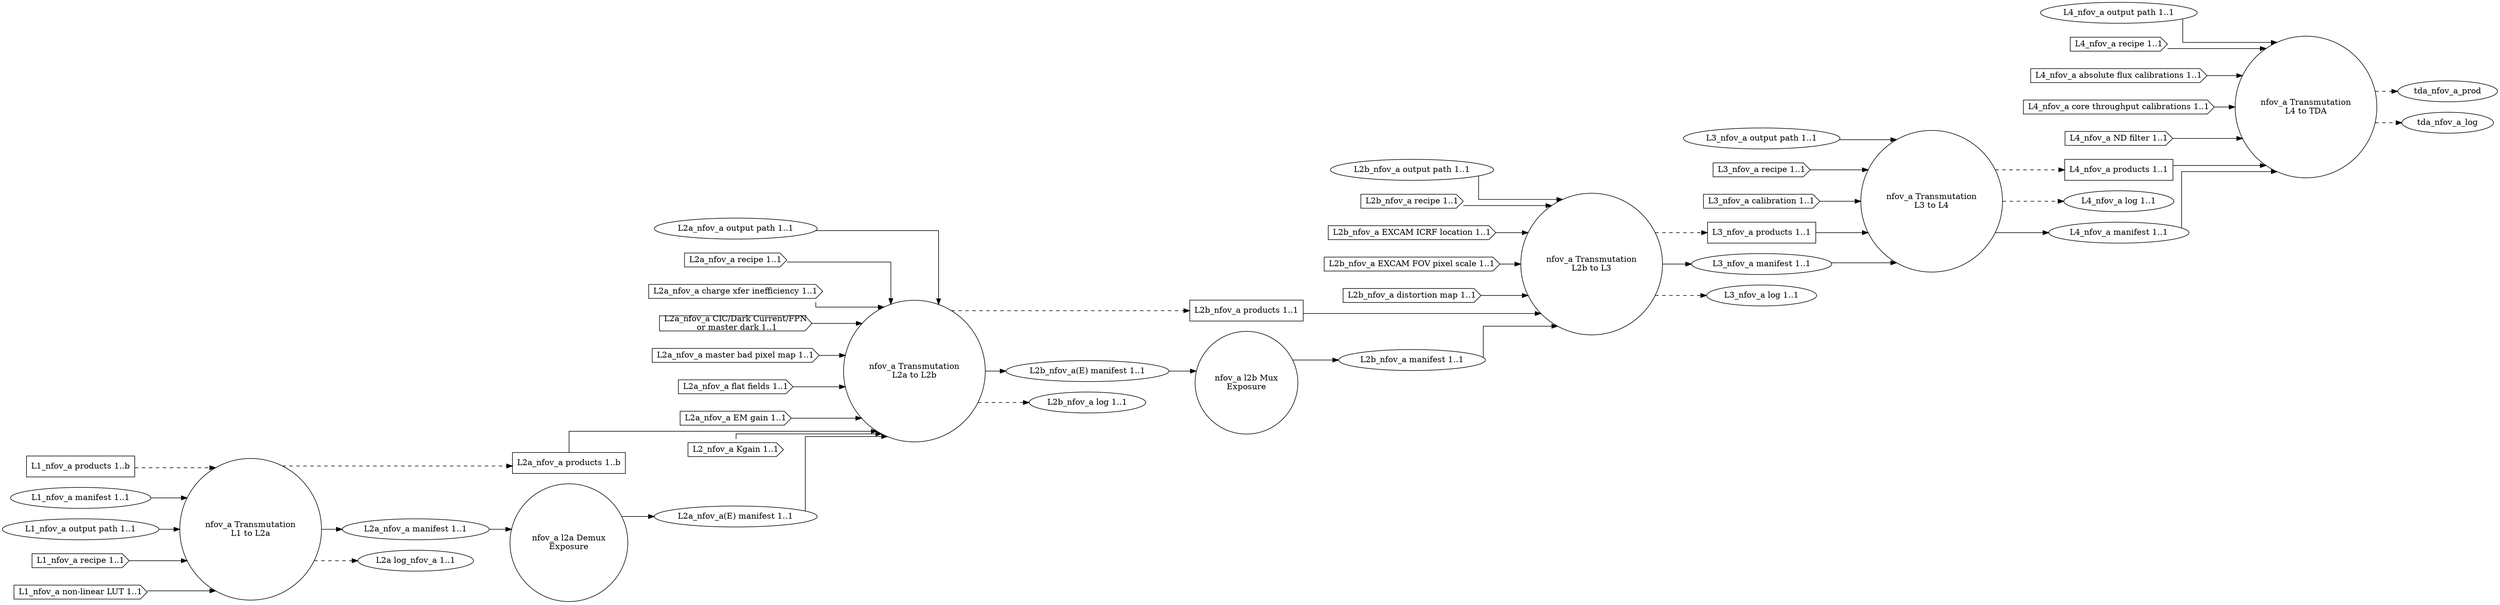
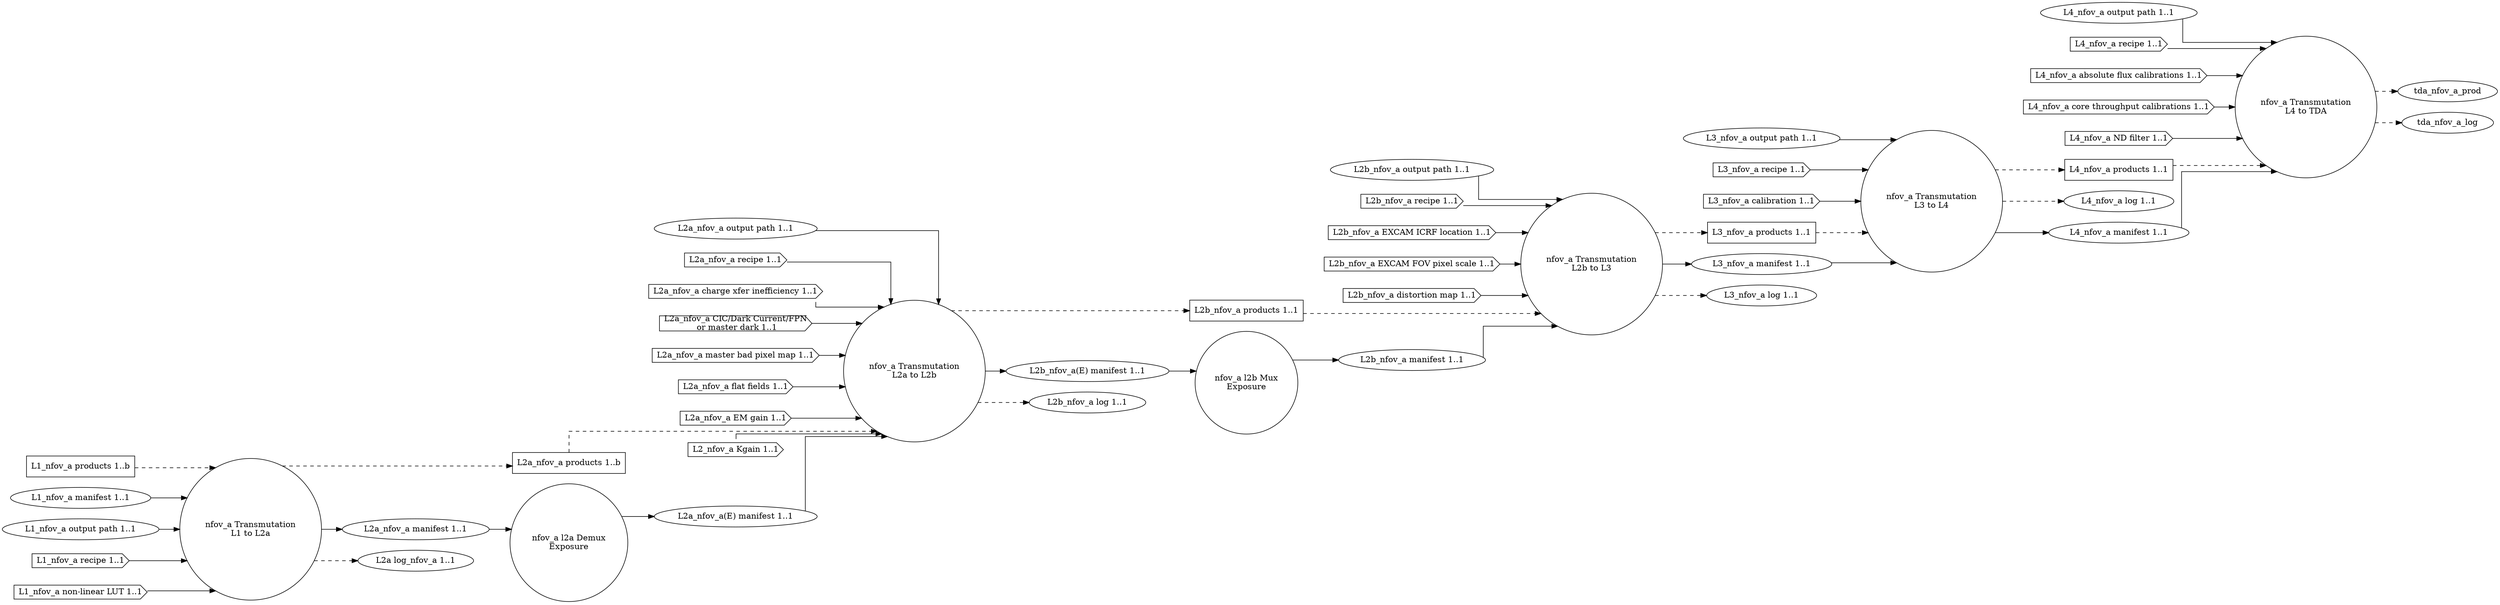
digraph NarrowFieldOfViewAnalog
{
  graph [splines="ortho", rankdir=LR];

  trans_nfov_a_l1_l2a [label="nfov_a Transmutation\nL1 to L2a", shape="circle"];
  l2a_nfov_a_demux [label="nfov_a l2a Demux\nExposure" shape="circle"];
  trans_nfov_a_l2a_l2b [label="nfov_a Transmutation\nL2a to L2b", shape="circle"];
  l2b_nfov_a_mux [label="nfov_a l2b Mux\nExposure", shape="circle"];
  trans_nfov_a_l2b_l3 [label="nfov_a Transmutation\nL2b to L3", shape="circle"];
  trans_nfov_a_l3_l4 [label="nfov_a Transmutation\nL3 to L4", shape="circle"];
  trans_nfov_a_l4_tda [label="nfov_a Transmutation\nL4 to TDA", shape="circle"];

  l1_nfov_a_prod [label="L1_nfov_a products 1..b", shape="rectangle"];
  l1_nfov_a_man [label="L1_nfov_a manifest 1..1", shape="ellipse"];
  l1_nfov_a_odir [label="L1_nfov_a output path 1..1", shape="ellipse"];
  l1_nfov_a_rec [label="L1_nfov_a recipe 1..1", shape="cds"];
  l1_nfov_a_nllut [label="L1_nfov_a non-linear LUT 1..1", shape="cds"];

  l2a_nfov_a_prod [label="L2a_nfov_a products 1..b", shape="rectangle"];
  l2a_nfov_a_man [label="L2a_nfov_a manifest 1..1", shape="ellipse"];
  l2a_nfov_a_odir [label="L2a_nfov_a output path 1..1", shape="ellipse"];
  l2a_nfov_a_rec [label="L2a_nfov_a recipe 1..1", shape="cds"];
  l2a_nfov_a_cti [label="L2a_nfov_a charge xfer inefficiency 1..1", shape="cds"];
  l2a_nfov_a_dnb [label="L2a_nfov_a CIC/Dark Current/FPN\n or master dark 1..1", shape="cds"];
  l2a_nfov_a_mbpm [label="L2a_nfov_a master bad pixel map 1..1", shape="cds"];
  l2a_nfov_a_ff [label="L2a_nfov_a flat fields 1..1", shape="cds"];
  l2a_nfov_a_emg [label="L2a_nfov_a EM gain 1..1", shape="cds"];
  l2a_nfov_a_kgain [label="L2_nfov_a Kgain 1..1", shape="cds"];
  l2a_nfov_a_log [label="L2a log_nfov_a 1..1", shape="ellipse"];
  l2a_nfov_a_man_demux [label="L2a_nfov_a(E) manifest 1..1", shape="ellipse"];

  l2b_nfov_a_prod [label="L2b_nfov_a products 1..1", shape="rectangle"];
  l2b_nfov_a_man [label="L2b_nfov_a manifest 1..1", shape="ellipse"];
  l2b_nfov_a_odir [label="L2b_nfov_a output path 1..1", shape="ellipse"];
  l2b_nfov_a_rec [label="L2b_nfov_a recipe 1..1", shape="cds"];
  l2b_nfov_a_excicrf [label="L2b_nfov_a EXCAM ICRF location 1..1", shape="cds"];
  l2b_nfov_a_excfovps [label="L2b_nfov_a EXCAM FOV pixel scale 1..1", shape="cds"];
  l2b_nfov_a_distm [label="L2b_nfov_a distortion map 1..1", shape="cds"];
  l2b_nfov_a_man_demux [label="L2b_nfov_a(E) manifest 1..1", shape="ellipse"];
  l2b_nfov_a_log [label="L2b_nfov_a log 1..1", shape="ellipse"];

  l3_nfov_a_prod [label="L3_nfov_a products 1..1", shape="rectangle"];
  l3_nfov_a_odir [label="L3_nfov_a output path 1..1", shape="ellipse"];
  l3_nfov_a_man [label="L3_nfov_a manifest 1..1", shape="ellipse"];
  l3_nfov_a_rec [label="L3_nfov_a recipe 1..1", shape="cds"];
  l3_nfov_a_cal [label="L3_nfov_a calibration 1..1", shape="cds"];
  l3_nfov_a_log [label="L3_nfov_a log 1..1", shape="ellipse"];

  l4_nfov_a_prod [label="L4_nfov_a products 1..1", shape="rectangle"];
  l4_nfov_a_odir [label="L4_nfov_a output path 1..1", shape="ellipse"];
  l4_nfov_a_log [label="L4_nfov_a log 1..1", shape="ellipse"];
  l4_nfov_a_man [label="L4_nfov_a manifest 1..1", shape="ellipse"];
  l4_nfov_a_rec [label="L4_nfov_a recipe 1..1", shape="cds"];
  l4_nfov_a_afcal [label="L4_nfov_a absolute flux calibrations 1..1", shape="cds"];
  l4_nfov_a_ctcal [label="L4_nfov_a core throughput calibrations 1..1", shape="cds"];
  l4_nfov_a_ndfilt [label="L4_nfov_a ND filter 1..1", shape="cds"];

  l1_nfov_a_prod -> trans_nfov_a_l1_l2a [style="dashed"];
  l1_nfov_a_man -> trans_nfov_a_l1_l2a;
  l1_nfov_a_odir -> trans_nfov_a_l1_l2a;
  l1_nfov_a_rec -> trans_nfov_a_l1_l2a;
  l1_nfov_a_nllut -> trans_nfov_a_l1_l2a;

  trans_nfov_a_l1_l2a -> l2a_nfov_a_prod [style="dashed"];
  trans_nfov_a_l1_l2a -> l2a_nfov_a_man;
  trans_nfov_a_l1_l2a -> l2a_nfov_a_log  [style="dashed"];

-   l2a_nfov_a_prod -> trans_nfov_a_l2a_l2b;
+   l2a_nfov_a_prod -> trans_nfov_a_l2a_l2b [style="dashed"];
  l2a_nfov_a_kgain -> trans_nfov_a_l2a_l2b;
  l2a_nfov_a_odir -> trans_nfov_a_l2a_l2b;
  l2a_nfov_a_rec -> trans_nfov_a_l2a_l2b;
  l2a_nfov_a_cti -> trans_nfov_a_l2a_l2b;
  l2a_nfov_a_dnb -> trans_nfov_a_l2a_l2b;
  l2a_nfov_a_mbpm -> trans_nfov_a_l2a_l2b;
  l2a_nfov_a_ff -> trans_nfov_a_l2a_l2b;
  l2a_nfov_a_emg -> trans_nfov_a_l2a_l2b;

  trans_nfov_a_l2a_l2b -> l2b_nfov_a_prod [style="dashed"];
  trans_nfov_a_l2a_l2b -> l2b_nfov_a_man_demux;
  trans_nfov_a_l2a_l2b -> l2b_nfov_a_log  [style="dashed"];

  l2a_nfov_a_man -> l2a_nfov_a_demux;
  l2a_nfov_a_demux -> l2a_nfov_a_man_demux;
  l2a_nfov_a_man_demux -> trans_nfov_a_l2a_l2b;

  l2b_nfov_a_man_demux -> l2b_nfov_a_mux;
  l2b_nfov_a_mux -> l2b_nfov_a_man;

-   l2b_nfov_a_prod -> trans_nfov_a_l2b_l3;
+   l2b_nfov_a_prod -> trans_nfov_a_l2b_l3 [style="dashed"];
  l2b_nfov_a_man -> trans_nfov_a_l2b_l3;
  l2b_nfov_a_odir -> trans_nfov_a_l2b_l3;
  l2b_nfov_a_rec -> trans_nfov_a_l2b_l3;
  l2b_nfov_a_excicrf -> trans_nfov_a_l2b_l3;
  l2b_nfov_a_excfovps -> trans_nfov_a_l2b_l3;
  l2b_nfov_a_distm -> trans_nfov_a_l2b_l3;
  trans_nfov_a_l2b_l3 -> l3_nfov_a_prod [style="dashed"];
  trans_nfov_a_l2b_l3 -> l3_nfov_a_man;
  trans_nfov_a_l2b_l3 -> l3_nfov_a_log  [style="dashed"];

-   l3_nfov_a_prod -> trans_nfov_a_l3_l4;
+   l3_nfov_a_prod -> trans_nfov_a_l3_l4 [style="dashed"];
  l3_nfov_a_man -> trans_nfov_a_l3_l4;
  l3_nfov_a_odir -> trans_nfov_a_l3_l4;
  l3_nfov_a_rec -> trans_nfov_a_l3_l4;
  l3_nfov_a_cal -> trans_nfov_a_l3_l4;
  trans_nfov_a_l3_l4 -> l4_nfov_a_prod [style="dashed"];
  trans_nfov_a_l3_l4 -> l4_nfov_a_log  [style="dashed"];
  trans_nfov_a_l3_l4 -> l4_nfov_a_man;

-   l4_nfov_a_prod -> trans_nfov_a_l4_tda;
+   l4_nfov_a_prod -> trans_nfov_a_l4_tda [style="dashed"];
  l4_nfov_a_man -> trans_nfov_a_l4_tda;
  l4_nfov_a_odir -> trans_nfov_a_l4_tda;
  l4_nfov_a_rec -> trans_nfov_a_l4_tda;
  l4_nfov_a_afcal -> trans_nfov_a_l4_tda;
  l4_nfov_a_ctcal -> trans_nfov_a_l4_tda;
  l4_nfov_a_ndfilt -> trans_nfov_a_l4_tda;
  trans_nfov_a_l4_tda -> tda_nfov_a_prod [style="dashed"];
  trans_nfov_a_l4_tda -> tda_nfov_a_log  [style="dashed"];
}
